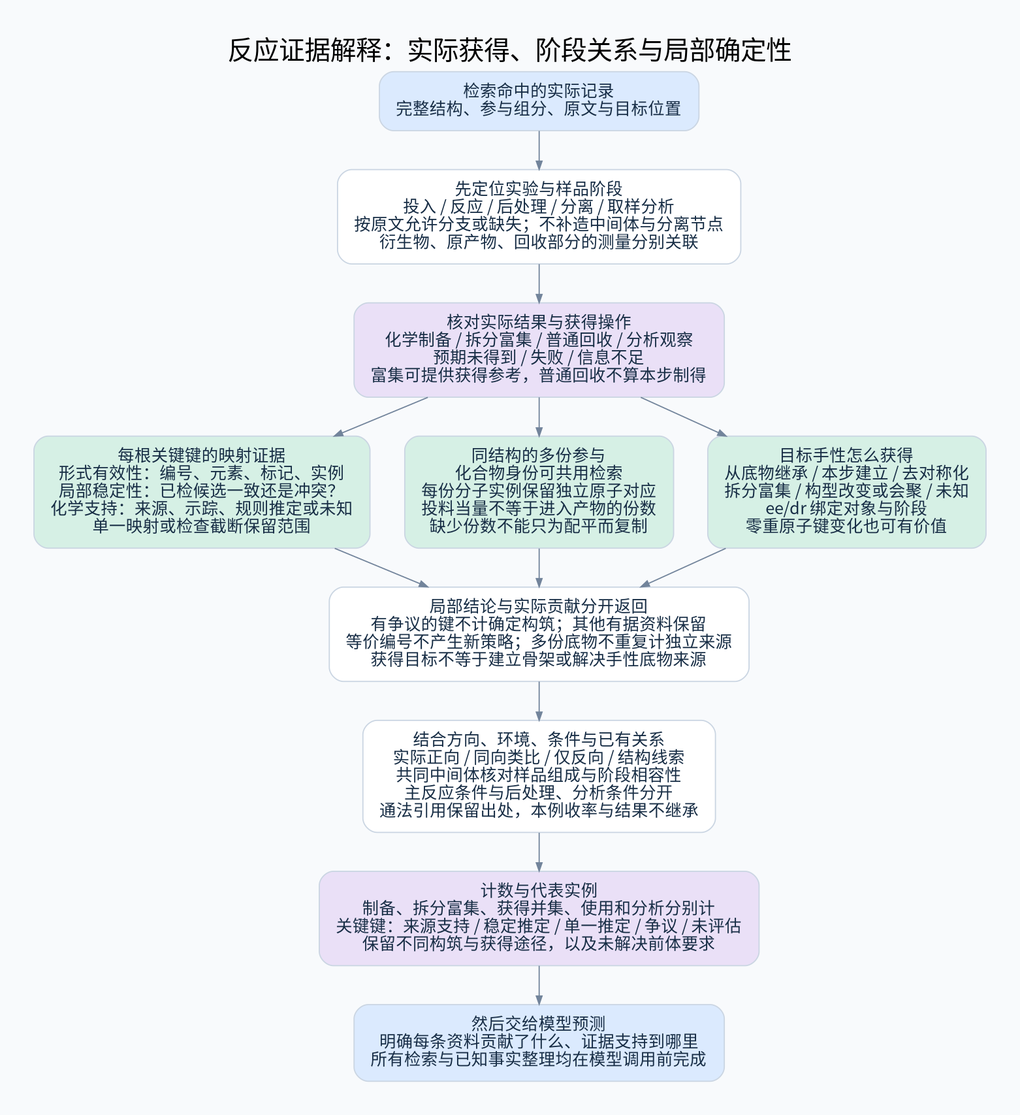
The Graphviz diagram diagrams/reaction-reference-quality.png in 825728139/substructure_search, before a commit. Its source is kept beside it as diagrams/reaction-reference-quality.dot.
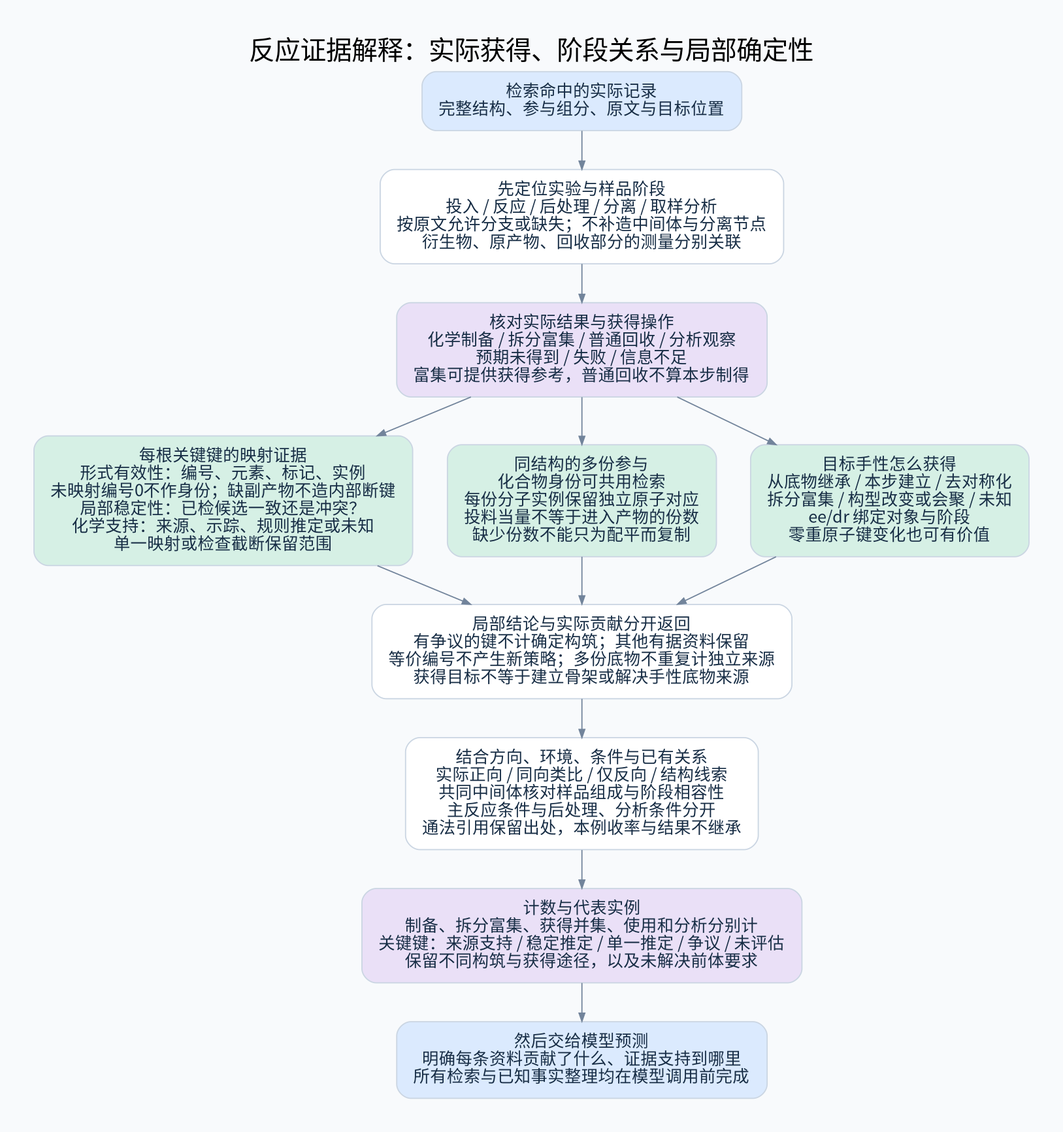
After the commit.

What changed in the source:
```diff
@@ -17,6 +17,7 @@
 富集可提供获得参考，普通回收不算本步制得", fillcolor="#EAE0F7"];
 mapcheck [label="每根关键键的映射证据
 形式有效性：编号、元素、标记、实例
+未映射编号0不作身份；缺副产物不造内部断键
 局部稳定性：已检候选一致还是冲突？
 化学支持：来源、示踪、规则推定或未知
 单一映射或检查截断保留范围", fillcolor="#D6F0E5"];
```
